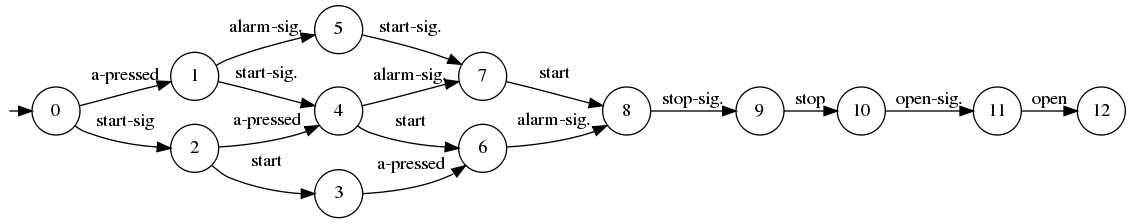
Earlier version of the Graphviz export writing/src/2-framework/images/linearizations.png (blambeau/phd). Its source is kept beside it as writing/src/2-framework/images/linearizations.dot.
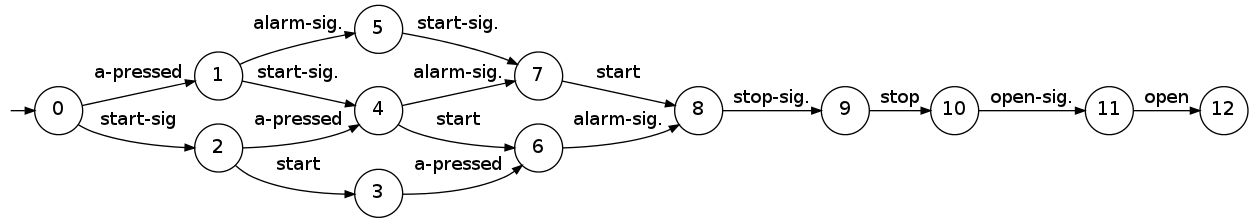
The same diagram one commit later.

The edit, as a diff of the source:
```diff
@@ -1,7 +1,12 @@
 digraph G {
-  graph [rankdir="LR" ranksep=0];
-  node [fixedsize=true width=0.5];
-  zz [label="" color="white" fillcolor="white" shape="circle" style="filled" fixedsize=true width=0.0];
+  graph [pack=true rankdir=LR ranksep=0.01 margin=0];
+  node [shape=circle color=black width=0.5 height=0.5 fixedsize=true]
+  edge [arrowsize=0.7]
+
+  zz [label="" color="white" fillcolor="white" shape="circle" style="filled"
+      width=0.05 height=0.05 fixedsize=true ];
+  zz -> 0 [label=""];
+
   0 [color="black" fillcolor="white" shape="circle" style="filled"];
   1 [color="black" fillcolor="white" shape="circle" style="filled"];
   2 [color="black" fillcolor="white" shape="circle" style="filled"];
@@ -15,7 +20,7 @@
   10 [color="black" fillcolor="white" shape="circle" style="filled"];
   11 [color="black" fillcolor="white" shape="circle" style="filled"];
   12 [color="black" fillcolor="white" shape="circle" style="filled"];
-  zz -> 0 [label=""];
+
   10 -> 11 [label="open-sig."];
   11 -> 12 [label="open"];
   9 -> 10 [label="stop"];
```
